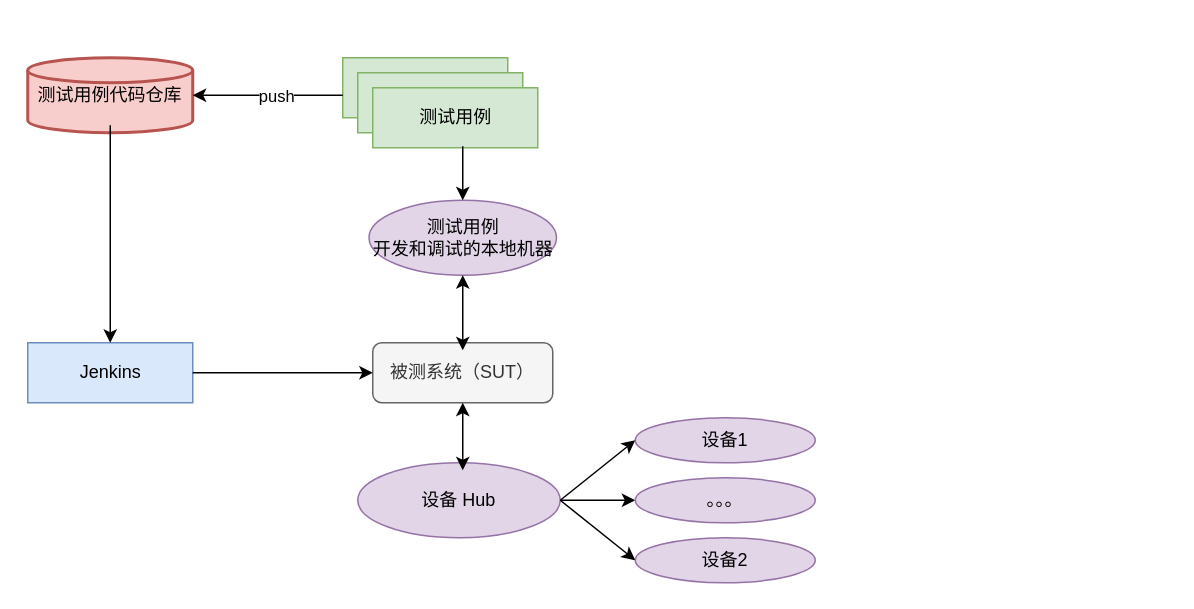
The draw.io diagram 移动端多设备自动化测试框架.drawio in tester-xm/diagrams, before the edit. Source tidied: cells renumbered, new cells numbered last; positions are measured from the earlier drawing's top-left corner, leaving out a move shared by most shapes. Both pictures are drawn from the tidied source at 150%, with x=0, y=0 at pixel (27, 57).
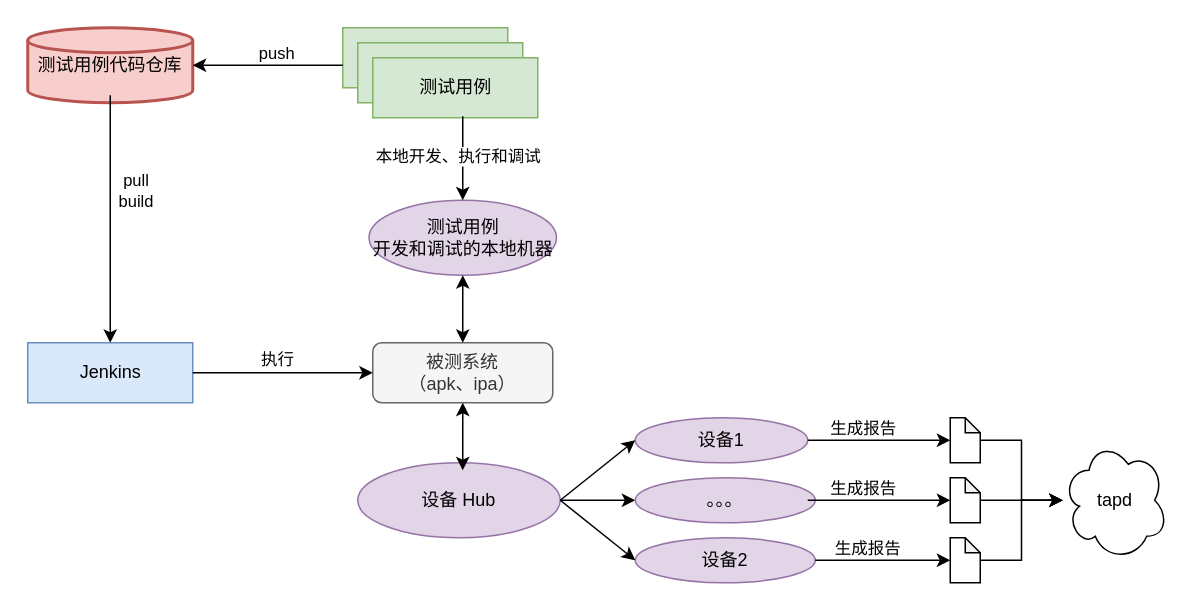
The same page after the edit.

Commit message:
更新移动端多设备自动化测试框架.drawio

The change refers to these unchanged cells:
```xml
<mxCell id="6" value="Jenkins" style="verticalLabelPosition=middle;verticalAlign=middle;html=1;shape=mxgraph.basic.rect;fillColor2=none;strokeWidth=1;size=20;indent=5;fillColor=#dae8fc;strokeColor=#6c8ebf;labelPosition=center;align=center;" parent="1" vertex="1">
  <mxGeometry y="190" width="110" height="40" as="geometry" />
</mxCell>
<mxCell id="7" value="&lt;div&gt;测试用例&lt;/div&gt;&lt;div&gt;开发和调试的本地机器&lt;br&gt;&lt;/div&gt;" style="ellipse;whiteSpace=wrap;html=1;fillColor=#e1d5e7;strokeColor=#9673a6;" parent="1" vertex="1">
  <mxGeometry x="227.5" y="95" width="125" height="50" as="geometry" />
</mxCell>
<mxCell id="13" value="设备2" style="ellipse;whiteSpace=wrap;html=1;fillColor=#e1d5e7;strokeColor=#9673a6;" parent="1" vertex="1">
  <mxGeometry x="405" y="320" width="120" height="30" as="geometry" />
</mxCell>
<mxCell id="21" style="endArrow=classic;html=1;rounded=0;entryX=0;entryY=0.5;entryDx=0;entryDy=0;" parent="1" edge="1" target="8">
  <mxGeometry relative="1" as="geometry">
    <mxPoint x="110" y="210" as="sourcePoint" />
  </mxGeometry>
</mxCell>
```

What changed in the source:
```diff
@@
     <mxCell id="2" value="测试用例代码仓库" style="strokeWidth=2;html=1;shape=mxgraph.flowchart.database;whiteSpace=wrap;fillColor=#f8cecc;strokeColor=#b85450;" parent="1" vertex="1">
-      <mxGeometry width="110" height="50" as="geometry" />
+      <mxGeometry y="-20" width="110" height="50" as="geometry" />
     </mxCell>
     <mxCell id="3" style="verticalLabelPosition=bottom;verticalAlign=top;html=1;shape=mxgraph.basic.rect;fillColor2=none;strokeWidth=1;size=20;indent=5;fillColor=#d5e8d4;strokeColor=#82b366;" parent="1" vertex="1">
-      <mxGeometry x="210" width="110" height="40" as="geometry" />
+      <mxGeometry x="210" y="-20" width="110" height="40" as="geometry" />
     </mxCell>
     <mxCell id="4" style="verticalLabelPosition=bottom;verticalAlign=top;html=1;shape=mxgraph.basic.rect;fillColor2=none;strokeWidth=1;size=20;indent=5;fillColor=#d5e8d4;strokeColor=#82b366;" parent="1" vertex="1">
-      <mxGeometry x="220" y="10" width="110" height="40" as="geometry" />
+      <mxGeometry x="220" y="-10" width="110" height="40" as="geometry" />
     </mxCell>
     <mxCell id="5" value="测试用例" style="verticalLabelPosition=middle;verticalAlign=middle;html=1;shape=mxgraph.basic.rect;fillColor2=none;strokeWidth=1;size=20;indent=5;fillColor=#d5e8d4;strokeColor=#82b366;labelPosition=center;align=center;" parent="1" vertex="1">
-      <mxGeometry x="230" y="20" width="110" height="40" as="geometry" />
+      <mxGeometry x="230" width="110" height="40" as="geometry" />
     </mxCell>
@@
-    <mxCell id="8" value="被测系统（SUT）" style="rounded=1;whiteSpace=wrap;html=1;fillColor=#f5f5f5;fontColor=#333333;strokeColor=#666666;" parent="1" vertex="1">
+    <mxCell id="8" value="&lt;div&gt;被测系统&lt;/div&gt;&lt;div&gt;（apk、ipa）&lt;/div&gt;" style="rounded=1;whiteSpace=wrap;html=1;fillColor=#f5f5f5;fontColor=#333333;strokeColor=#666666;" parent="1" vertex="1">
       <mxGeometry x="230" y="190" width="120" height="40" as="geometry" />
     </mxCell>
@@
     <mxCell id="12" value="设备1" style="ellipse;whiteSpace=wrap;html=1;fillColor=#e1d5e7;strokeColor=#9673a6;" parent="1" vertex="1">
-      <mxGeometry x="405" y="240" width="120" height="30" as="geometry" />
+      <mxGeometry x="405" y="240" width="115" height="30" as="geometry" />
     </mxCell>
@@
     <mxCell id="16" style="endArrow=classic;html=1;rounded=0;entryX=1;entryY=0.5;entryDx=0;entryDy=0;entryPerimeter=0;labelPosition=center;verticalLabelPosition=top;align=center;verticalAlign=bottom;" parent="1" edge="1" target="2">
       <mxGeometry relative="1" as="geometry">
-        <mxPoint x="200" y="25" as="sourcePoint" />
+        <mxPoint x="200" y="5" as="sourcePoint" />
         <Array as="points">
-          <mxPoint x="210" y="25" />
+          <mxPoint x="210" y="5" />
         </Array>
       </mxGeometry>
     </mxCell>
-    <mxCell id="17" value="push" style="edgeLabel;html=1;align=center;verticalAlign=middle;" parent="16" vertex="1">
+    <mxCell id="17" value="push" style="edgeLabel;html=1;align=center;verticalAlign=bottom;labelPosition=center;verticalLabelPosition=top;" parent="16" vertex="1">
       <mxGeometry relative="1" as="geometry" />
     </mxCell>
     <mxCell id="18" style="endArrow=classic;html=1;rounded=0;entryX=0.5;entryY=0;entryDx=0;entryDy=0;" parent="1" edge="1" target="7">
       <mxGeometry relative="1" as="geometry">
-        <mxPoint x="290" y="59" as="sourcePoint" />
+        <mxPoint x="290" y="39" as="sourcePoint" />
       </mxGeometry>
     </mxCell>
-    <mxCell id="19" style="endArrow=classic;startArrow=classic;html=1;rounded=0;entryX=0.5;entryY=1;entryDx=0;entryDy=0;" parent="1" edge="1" target="7">
-      <mxGeometry relative="1" as="geometry">
-        <mxPoint x="290" y="195" as="sourcePoint" />
-      </mxGeometry>
-    </mxCell>
+    <mxCell id="23" value="本地开发、执行和调试" style="edgeLabel;html=1;align=center;verticalAlign=middle;" parent="18" vertex="1">
+      <mxGeometry x="-0.06" y="-4" relative="1" as="geometry" />
+    </mxCell>
@@
+    <mxCell id="24" value="执行" style="edgeLabel;html=1;align=left;verticalAlign=bottom;labelPosition=right;verticalLabelPosition=top;" parent="21" vertex="1">
+      <mxGeometry x="-0.27" y="1" relative="1" as="geometry" />
+    </mxCell>
-    <mxCell id="22" style="endArrow=classic;html=1;rounded=0;exitX=0.5;exitY=0.9;exitDx=0;exitDy=0;exitPerimeter=0;" parent="1" edge="1" source="2" target="6">
+    <mxCell id="22" style="endArrow=classic;html=1;rounded=0;exitX=0.5;exitY=0.9;exitDx=0;exitDy=0;exitPerimeter=0;labelPosition=right;verticalLabelPosition=middle;align=left;verticalAlign=middle;" parent="1" edge="1" source="2" target="6">
       <mxGeometry relative="1" as="geometry" />
     </mxCell>
+    <mxCell id="25" value="&lt;div&gt;&amp;nbsp; pull &lt;br&gt;&lt;/div&gt;&lt;div&gt;&amp;nbsp;build &lt;br&gt;&lt;/div&gt;" style="edgeLabel;html=1;align=left;verticalAlign=middle;labelPosition=right;verticalLabelPosition=middle;" parent="22" vertex="1">
+      <mxGeometry x="-0.24" y="1" relative="1" as="geometry" />
+    </mxCell>
+    <mxCell id="26" style="endArrow=classic;startArrow=classic;html=1;rounded=0;entryX=0.5;entryY=1;entryDx=0;entryDy=0;exitX=0.5;exitY=0;exitDx=0;exitDy=0;" parent="1" edge="1" source="8" target="7">
+      <mxGeometry relative="1" as="geometry" />
+    </mxCell>
+    <mxCell id="27" style="edgeStyle=orthogonalEdgeStyle;rounded=0;jettySize=auto;html=1;" parent="1" edge="1" source="28" target="39">
+      <mxGeometry relative="1" as="geometry" />
+    </mxCell>
+    <mxCell id="28" style="shape=note;whiteSpace=wrap;html=1;backgroundOutline=1;darkOpacity=0.05;size=10;" parent="1" vertex="1">
+      <mxGeometry x="615" y="320" width="20" height="30" as="geometry" />
+    </mxCell>
+    <mxCell id="29" style="endArrow=classic;html=1;rounded=0;exitX=1;exitY=0.5;exitDx=0;exitDy=0;entryX=0;entryY=0.5;entryDx=0;entryDy=0;entryPerimeter=0;" parent="1" edge="1" source="13" target="28">
+      <mxGeometry relative="1" as="geometry" />
+    </mxCell>
+    <mxCell id="30" value="生成报告" style="edgeLabel;html=1;align=center;verticalAlign=bottom;labelPosition=center;verticalLabelPosition=top;" parent="29" vertex="1">
+      <mxGeometry x="-0.24" relative="1" as="geometry" />
+    </mxCell>
+    <mxCell id="31" style="edgeStyle=orthogonalEdgeStyle;rounded=0;jettySize=auto;html=1;" parent="1" edge="1" source="32" target="39">
+      <mxGeometry relative="1" as="geometry" />
+    </mxCell>
+    <mxCell id="32" style="shape=note;whiteSpace=wrap;html=1;backgroundOutline=1;darkOpacity=0.05;size=10;" parent="1" vertex="1">
+      <mxGeometry x="615" y="240" width="20" height="30" as="geometry" />
+    </mxCell>
+    <mxCell id="33" style="endArrow=classic;html=1;rounded=0;exitX=1;exitY=0.5;exitDx=0;exitDy=0;entryX=0;entryY=0.5;entryDx=0;entryDy=0;entryPerimeter=0;" parent="1" edge="1" target="32">
+      <mxGeometry relative="1" as="geometry">
+        <mxPoint x="520" y="255" as="sourcePoint" />
+      </mxGeometry>
+    </mxCell>
+    <mxCell id="34" value="生成报告" style="edgeLabel;html=1;align=center;verticalAlign=bottom;labelPosition=center;verticalLabelPosition=top;" parent="33" vertex="1">
+      <mxGeometry x="-0.24" relative="1" as="geometry" />
+    </mxCell>
+    <mxCell id="35" style="edgeStyle=orthogonalEdgeStyle;rounded=0;jettySize=auto;html=1;" parent="1" edge="1" source="36" target="39">
+      <mxGeometry relative="1" as="geometry" />
+    </mxCell>
+    <mxCell id="36" style="shape=note;whiteSpace=wrap;html=1;backgroundOutline=1;darkOpacity=0.05;size=10;" parent="1" vertex="1">
+      <mxGeometry x="615" y="280" width="20" height="30" as="geometry" />
+    </mxCell>
+    <mxCell id="37" style="endArrow=classic;html=1;rounded=0;exitX=1;exitY=0.5;exitDx=0;exitDy=0;entryX=0;entryY=0.5;entryDx=0;entryDy=0;entryPerimeter=0;" parent="1" edge="1" target="36">
+      <mxGeometry relative="1" as="geometry">
+        <mxPoint x="520" y="295" as="sourcePoint" />
+      </mxGeometry>
+    </mxCell>
+    <mxCell id="38" value="生成报告" style="edgeLabel;html=1;align=center;verticalAlign=bottom;labelPosition=center;verticalLabelPosition=top;" parent="37" vertex="1">
+      <mxGeometry x="-0.24" relative="1" as="geometry" />
+    </mxCell>
+    <mxCell id="39" value="tapd" style="ellipse;shape=cloud;whiteSpace=wrap;html=1;" parent="1" vertex="1">
+      <mxGeometry x="690" y="255" width="70" height="80" as="geometry" />
+    </mxCell>
```
